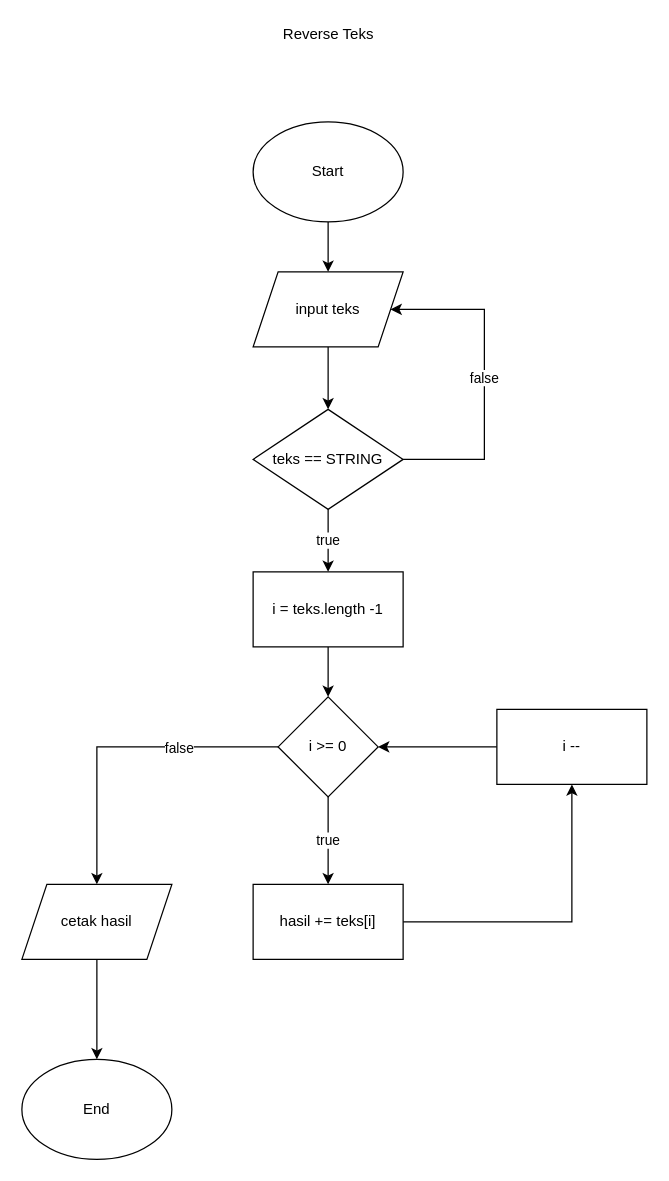
This is reverseJavascript.drawio from rintosaputro/fw5-algoritma, a draw.io file, before an edit. Source tidied: cells renumbered, new cells numbered last; positions are measured from the earlier drawing's top-left corner, leaving out a move shared by most shapes. Both pictures are drawn from the tidied source at 125%, with x=0, y=0 at pixel (21, 21).
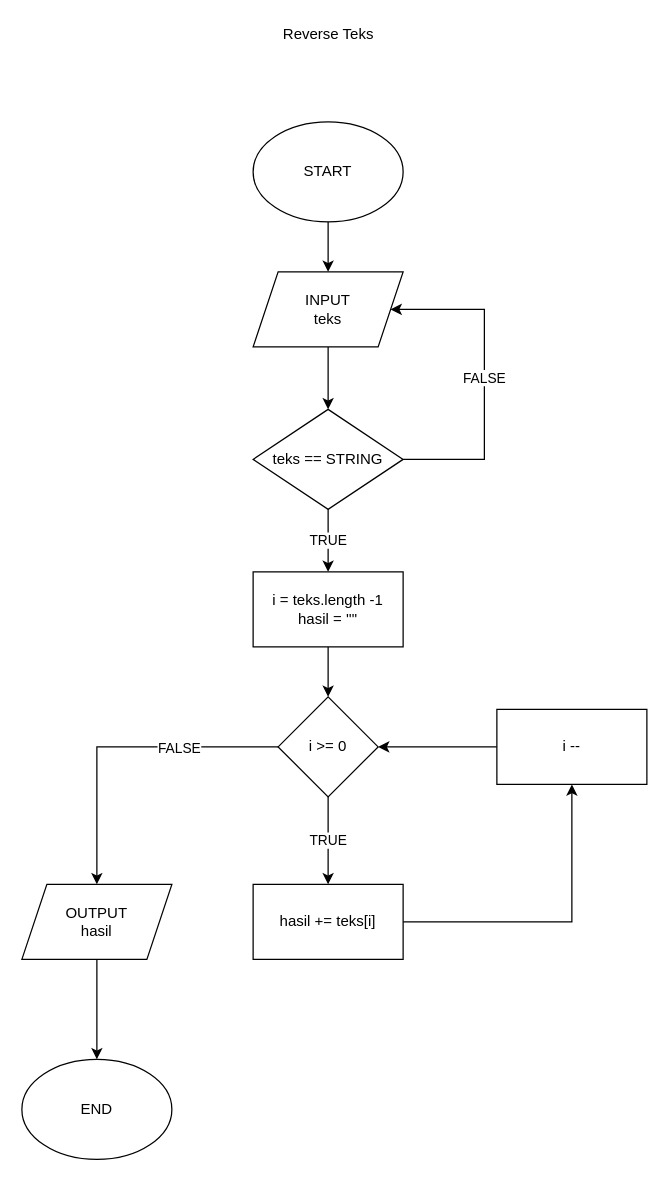
The same diagram, later.

The change refers to these unchanged cells:
```xml
<mxCell id="9" value="teks == STRING" style="rhombus;whiteSpace=wrap;html=1;" parent="1" vertex="1">
  <mxGeometry x="185" y="310" width="120" height="80" as="geometry" />
</mxCell>
<mxCell id="13" style="edgeStyle=orthogonalEdgeStyle;rounded=0;jettySize=auto;html=1;entryX=0.5;entryY=0;entryDx=0;entryDy=0;" parent="1" edge="1" source="15" target="22">
  <mxGeometry relative="1" as="geometry" />
</mxCell>
<mxCell id="15" value="i &amp;gt;= 0" style="rhombus;whiteSpace=wrap;html=1;" parent="1" vertex="1">
  <mxGeometry x="205" y="540" width="80" height="80" as="geometry" />
</mxCell>
<mxCell id="17" value="hasil += teks[i]" style="rounded=0;whiteSpace=wrap;html=1;" parent="1" vertex="1">
  <mxGeometry x="185" y="690" width="120" height="60" as="geometry" />
</mxCell>
```

The edit, as a diff of the source:
```diff
@@
-    <mxCell id="3" value="Start" style="ellipse;whiteSpace=wrap;html=1;" parent="1" vertex="1">
+    <mxCell id="3" value="START" style="ellipse;whiteSpace=wrap;html=1;" parent="1" vertex="1">
       <mxGeometry x="185" y="80" width="120" height="80" as="geometry" />
     </mxCell>
@@
-    <mxCell id="6" value="input teks" style="shape=parallelogram;perimeter=parallelogramPerimeter;whiteSpace=wrap;html=1;fixedSize=1;" parent="1" vertex="1">
+    <mxCell id="6" value="INPUT&lt;br&gt;teks" style="shape=parallelogram;perimeter=parallelogramPerimeter;whiteSpace=wrap;html=1;fixedSize=1;" parent="1" vertex="1">
       <mxGeometry x="185" y="200" width="120" height="60" as="geometry" />
     </mxCell>
-    <mxCell id="7" value="false" style="edgeStyle=orthogonalEdgeStyle;rounded=0;jettySize=auto;html=1;entryX=1;entryY=0.5;entryDx=0;entryDy=0;" parent="1" edge="1" source="9" target="6">
+    <mxCell id="7" value="FALSE" style="edgeStyle=orthogonalEdgeStyle;rounded=0;jettySize=auto;html=1;entryX=1;entryY=0.5;entryDx=0;entryDy=0;" parent="1" edge="1" source="9" target="6">
       <mxGeometry relative="1" as="geometry">
         <Array as="points">
           <mxPoint x="370" y="350" />
           <mxPoint x="370" y="230" />
         </Array>
       </mxGeometry>
     </mxCell>
-    <mxCell id="8" value="true" style="edgeStyle=orthogonalEdgeStyle;rounded=0;jettySize=auto;html=1;" parent="1" edge="1" source="9" target="11">
+    <mxCell id="8" value="TRUE" style="edgeStyle=orthogonalEdgeStyle;rounded=0;jettySize=auto;html=1;" parent="1" edge="1" source="9" target="11">
       <mxGeometry relative="1" as="geometry" />
     </mxCell>
@@
-    <mxCell id="11" value="i = teks.length -1" style="rounded=0;whiteSpace=wrap;html=1;" parent="1" vertex="1">
+    <mxCell id="11" value="i = teks.length -1&lt;br&gt;hasil = ''&quot;" style="rounded=0;whiteSpace=wrap;html=1;" parent="1" vertex="1">
       <mxGeometry x="185" y="440" width="120" height="60" as="geometry" />
     </mxCell>
-    <mxCell id="12" value="true" style="edgeStyle=orthogonalEdgeStyle;rounded=0;jettySize=auto;html=1;" parent="1" edge="1" source="15" target="17">
+    <mxCell id="12" value="TRUE" style="edgeStyle=orthogonalEdgeStyle;rounded=0;jettySize=auto;html=1;" parent="1" edge="1" source="15" target="17">
       <mxGeometry relative="1" as="geometry" />
     </mxCell>
@@
-    <mxCell id="14" value="false" style="edgeLabel;html=1;align=center;verticalAlign=middle;" parent="13" vertex="1">
+    <mxCell id="14" value="FALSE" style="edgeLabel;html=1;align=center;verticalAlign=middle;" parent="13" vertex="1">
       <mxGeometry x="-0.22" y="-1" relative="1" as="geometry">
         <mxPoint x="19" y="1" as="offset" />
       </mxGeometry>
     </mxCell>
@@
-    <mxCell id="20" value="End" style="ellipse;whiteSpace=wrap;html=1;" parent="1" vertex="1">
+    <mxCell id="20" value="END" style="ellipse;whiteSpace=wrap;html=1;" parent="1" vertex="1">
       <mxGeometry y="830" width="120" height="80" as="geometry" />
     </mxCell>
@@
-    <mxCell id="22" value="cetak hasil" style="shape=parallelogram;perimeter=parallelogramPerimeter;whiteSpace=wrap;html=1;fixedSize=1;" parent="1" vertex="1">
+    <mxCell id="22" value="OUTPUT&lt;br&gt;hasil" style="shape=parallelogram;perimeter=parallelogramPerimeter;whiteSpace=wrap;html=1;fixedSize=1;" parent="1" vertex="1">
       <mxGeometry y="690" width="120" height="60" as="geometry" />
     </mxCell>
```
